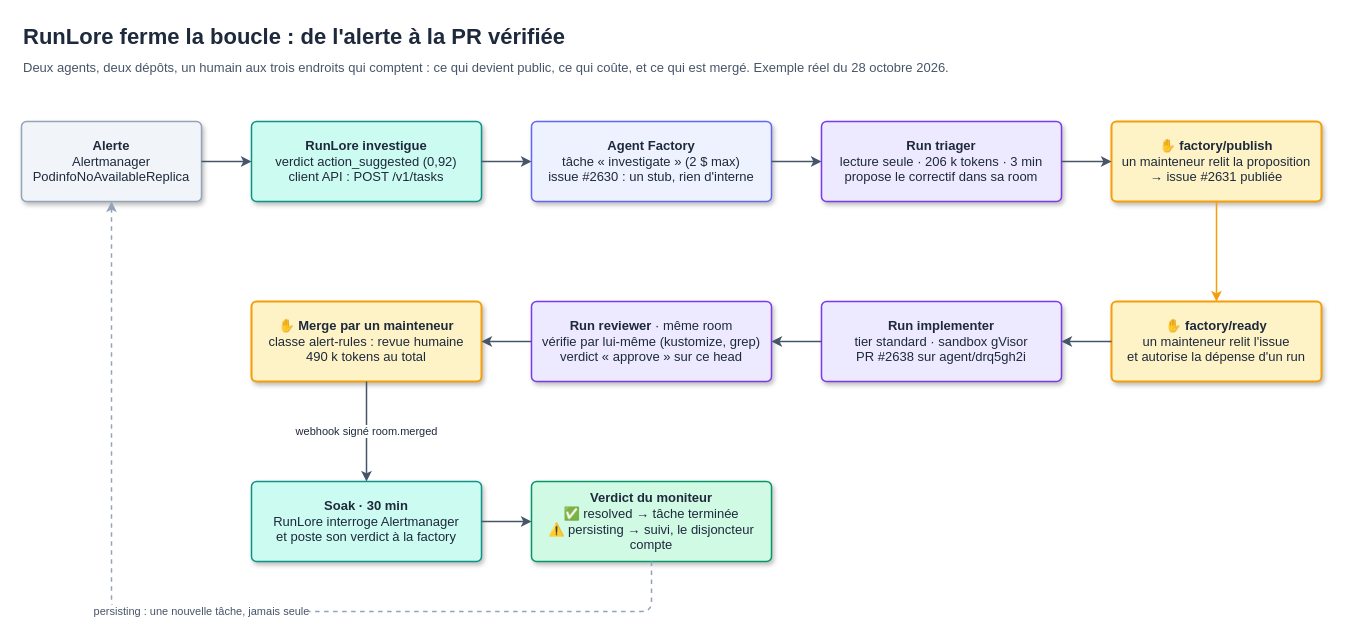
Earlier version of the draw.io diagram content/fr/post/series/agentic_ai/cloud-native-agent-factory/runlore-loop.drawio (Smana/smana.github.io). Source tidied: cells renumbered, new cells numbered last; positions are measured from the earlier drawing's top-left corner, leaving out a move shared by most shapes. Both pictures are drawn from the tidied source at 100%, with x=0, y=0 at pixel (21, 17).
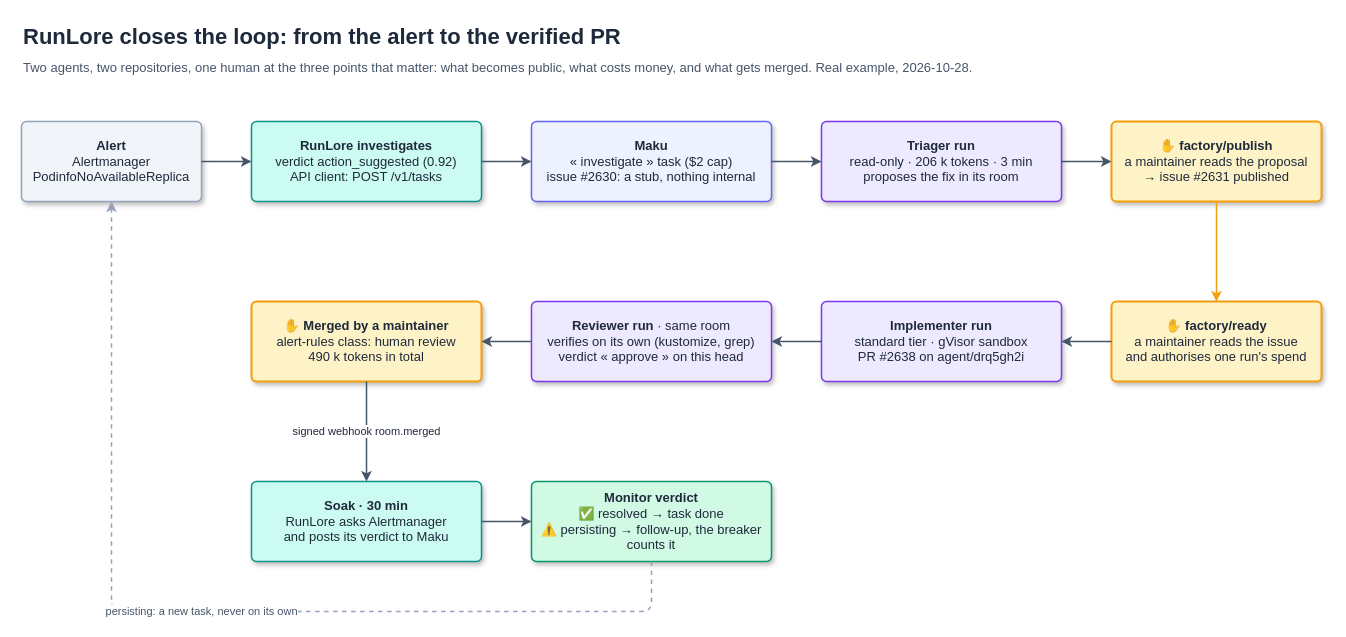
The same page after the edit.

Commit message (it also covers changes not shown here):
docs(fr): Maku is the product name; diagrams back to English

Diff of the diagram source:
```diff
@@
-    <mxCell id="2" value="RunLore ferme la boucle : de l'alerte à la PR vérifiée" style="text;html=1;fontFamily=Helvetica;align=left;verticalAlign=top;whiteSpace=wrap;fontSize=22;fontColor=#1E293B;fontStyle=1;" parent="1" vertex="1">
+    <mxCell id="2" value="RunLore closes the loop: from the alert to the verified PR" style="text;html=1;fontFamily=Helvetica;align=left;verticalAlign=top;whiteSpace=wrap;fontSize=22;fontColor=#1E293B;fontStyle=1;" parent="1" vertex="1">
       <mxGeometry width="900" height="32" as="geometry" />
     </mxCell>
-    <mxCell id="3" value="Deux agents, deux dépôts, un humain aux trois endroits qui comptent : ce qui devient public, ce qui coûte, et ce qui est mergé. Exemple réel du 28 octobre 2026." style="text;html=1;fontFamily=Helvetica;align=left;verticalAlign=top;whiteSpace=wrap;fontSize=13;fontColor=#475569;" parent="1" vertex="1">
+    <mxCell id="3" value="Two agents, two repositories, one human at the three points that matter: what becomes public, what costs money, and what gets merged. Real example, 2026-10-28." style="text;html=1;fontFamily=Helvetica;align=left;verticalAlign=top;whiteSpace=wrap;fontSize=13;fontColor=#475569;" parent="1" vertex="1">
       <mxGeometry y="36" width="1200" height="22" as="geometry" />
     </mxCell>
-    <mxCell id="4" value="&lt;b&gt;Alerte&lt;/b&gt;&lt;br&gt;Alertmanager&lt;br&gt;PodinfoNoAvailableReplica" style="rounded=1;absoluteArcSize=1;arcSize=10;whiteSpace=wrap;html=1;strokeWidth=1.5;fontFamily=Helvetica;fontSize=13;shadow=1;fillColor=#F1F5F9;strokeColor=#94A3B8;fontColor=#1E293B;" parent="1" vertex="1">
+    <mxCell id="4" value="&lt;b&gt;Alert&lt;/b&gt;&lt;br&gt;Alertmanager&lt;br&gt;PodinfoNoAvailableReplica" style="rounded=1;absoluteArcSize=1;arcSize=10;whiteSpace=wrap;html=1;strokeWidth=1.5;fontFamily=Helvetica;fontSize=13;shadow=1;fillColor=#F1F5F9;strokeColor=#94A3B8;fontColor=#1E293B;" parent="1" vertex="1">
       <mxGeometry y="104" width="180" height="80" as="geometry" />
     </mxCell>
-    <mxCell id="5" value="&lt;b&gt;RunLore investigue&lt;/b&gt;&lt;br&gt;verdict action_suggested (0,92)&lt;br&gt;client API : POST /v1/tasks" style="rounded=1;absoluteArcSize=1;arcSize=10;whiteSpace=wrap;html=1;strokeWidth=1.5;fontFamily=Helvetica;fontSize=13;shadow=1;fillColor=#CCFBF1;strokeColor=#0D9488;fontColor=#1E293B;" parent="1" vertex="1">
+    <mxCell id="5" value="&lt;b&gt;RunLore investigates&lt;/b&gt;&lt;br&gt;verdict action_suggested (0.92)&lt;br&gt;API client: POST /v1/tasks" style="rounded=1;absoluteArcSize=1;arcSize=10;whiteSpace=wrap;html=1;strokeWidth=1.5;fontFamily=Helvetica;fontSize=13;shadow=1;fillColor=#CCFBF1;strokeColor=#0D9488;fontColor=#1E293B;" parent="1" vertex="1">
       <mxGeometry x="230" y="104" width="230" height="80" as="geometry" />
     </mxCell>
-    <mxCell id="6" value="&lt;b&gt;Agent Factory&lt;/b&gt;&lt;br&gt;tâche « investigate » (2 $ max)&lt;br&gt;issue #2630 : un stub, rien d'interne" style="rounded=1;absoluteArcSize=1;arcSize=10;whiteSpace=wrap;html=1;strokeWidth=1.5;fontFamily=Helvetica;fontSize=13;shadow=1;fillColor=#EEF2FF;strokeColor=#6366F1;fontColor=#1E293B;" parent="1" vertex="1">
+    <mxCell id="6" value="&lt;b&gt;Maku&lt;/b&gt;&lt;br&gt;« investigate » task ($2 cap)&lt;br&gt;issue #2630: a stub, nothing internal" style="rounded=1;absoluteArcSize=1;arcSize=10;whiteSpace=wrap;html=1;strokeWidth=1.5;fontFamily=Helvetica;fontSize=13;shadow=1;fillColor=#EEF2FF;strokeColor=#6366F1;fontColor=#1E293B;" parent="1" vertex="1">
       <mxGeometry x="510" y="104" width="240" height="80" as="geometry" />
     </mxCell>
-    <mxCell id="7" value="&lt;b&gt;Run triager&lt;/b&gt;&lt;br&gt;lecture seule · 206 k tokens · 3 min&lt;br&gt;propose le correctif dans sa room" style="rounded=1;absoluteArcSize=1;arcSize=10;whiteSpace=wrap;html=1;strokeWidth=1.5;fontFamily=Helvetica;fontSize=13;shadow=1;fillColor=#EDE9FE;strokeColor=#7C3AED;fontColor=#1E293B;" parent="1" vertex="1">
+    <mxCell id="7" value="&lt;b&gt;Triager run&lt;/b&gt;&lt;br&gt;read-only · 206 k tokens · 3 min&lt;br&gt;proposes the fix in its room" style="rounded=1;absoluteArcSize=1;arcSize=10;whiteSpace=wrap;html=1;strokeWidth=1.5;fontFamily=Helvetica;fontSize=13;shadow=1;fillColor=#EDE9FE;strokeColor=#7C3AED;fontColor=#1E293B;" parent="1" vertex="1">
       <mxGeometry x="800" y="104" width="240" height="80" as="geometry" />
     </mxCell>
-    <mxCell id="8" value="&lt;b&gt;✋ factory/publish&lt;/b&gt;&lt;br&gt;un mainteneur relit la proposition&lt;br&gt;→ issue #2631 publiée" style="rounded=1;absoluteArcSize=1;arcSize=10;whiteSpace=wrap;html=1;strokeWidth=2;fontFamily=Helvetica;fontSize=13;shadow=1;fillColor=#FEF3C7;strokeColor=#F59E0B;fontColor=#1E293B;" parent="1" vertex="1">
+    <mxCell id="8" value="&lt;b&gt;✋ factory/publish&lt;/b&gt;&lt;br&gt;a maintainer reads the proposal&lt;br&gt;→ issue #2631 published" style="rounded=1;absoluteArcSize=1;arcSize=10;whiteSpace=wrap;html=1;strokeWidth=2;fontFamily=Helvetica;fontSize=13;shadow=1;fillColor=#FEF3C7;strokeColor=#F59E0B;fontColor=#1E293B;" parent="1" vertex="1">
       <mxGeometry x="1090" y="104" width="210" height="80" as="geometry" />
     </mxCell>
-    <mxCell id="9" value="&lt;b&gt;✋ factory/ready&lt;/b&gt;&lt;br&gt;un mainteneur relit l'issue&lt;br&gt;et autorise la dépense d'un run" style="rounded=1;absoluteArcSize=1;arcSize=10;whiteSpace=wrap;html=1;strokeWidth=2;fontFamily=Helvetica;fontSize=13;shadow=1;fillColor=#FEF3C7;strokeColor=#F59E0B;fontColor=#1E293B;" parent="1" vertex="1">
+    <mxCell id="9" value="&lt;b&gt;✋ factory/ready&lt;/b&gt;&lt;br&gt;a maintainer reads the issue&lt;br&gt;and authorises one run's spend" style="rounded=1;absoluteArcSize=1;arcSize=10;whiteSpace=wrap;html=1;strokeWidth=2;fontFamily=Helvetica;fontSize=13;shadow=1;fillColor=#FEF3C7;strokeColor=#F59E0B;fontColor=#1E293B;" parent="1" vertex="1">
       <mxGeometry x="1090" y="284" width="210" height="80" as="geometry" />
     </mxCell>
-    <mxCell id="10" value="&lt;b&gt;Run implementer&lt;/b&gt;&lt;br&gt;tier standard · sandbox gVisor&lt;br&gt;PR #2638 sur agent/drq5gh2i" style="rounded=1;absoluteArcSize=1;arcSize=10;whiteSpace=wrap;html=1;strokeWidth=1.5;fontFamily=Helvetica;fontSize=13;shadow=1;fillColor=#EDE9FE;strokeColor=#7C3AED;fontColor=#1E293B;" parent="1" vertex="1">
+    <mxCell id="10" value="&lt;b&gt;Implementer run&lt;/b&gt;&lt;br&gt;standard tier · gVisor sandbox&lt;br&gt;PR #2638 on agent/drq5gh2i" style="rounded=1;absoluteArcSize=1;arcSize=10;whiteSpace=wrap;html=1;strokeWidth=1.5;fontFamily=Helvetica;fontSize=13;shadow=1;fillColor=#EDE9FE;strokeColor=#7C3AED;fontColor=#1E293B;" parent="1" vertex="1">
       <mxGeometry x="800" y="284" width="240" height="80" as="geometry" />
     </mxCell>
-    <mxCell id="11" value="&lt;b&gt;Run reviewer&lt;/b&gt; · même room&lt;br&gt;vérifie par lui-même (kustomize, grep)&lt;br&gt;verdict « approve » sur ce head" style="rounded=1;absoluteArcSize=1;arcSize=10;whiteSpace=wrap;html=1;strokeWidth=1.5;fontFamily=Helvetica;fontSize=13;shadow=1;fillColor=#EDE9FE;strokeColor=#7C3AED;fontColor=#1E293B;" parent="1" vertex="1">
+    <mxCell id="11" value="&lt;b&gt;Reviewer run&lt;/b&gt; · same room&lt;br&gt;verifies on its own (kustomize, grep)&lt;br&gt;verdict « approve » on this head" style="rounded=1;absoluteArcSize=1;arcSize=10;whiteSpace=wrap;html=1;strokeWidth=1.5;fontFamily=Helvetica;fontSize=13;shadow=1;fillColor=#EDE9FE;strokeColor=#7C3AED;fontColor=#1E293B;" parent="1" vertex="1">
       <mxGeometry x="510" y="284" width="240" height="80" as="geometry" />
     </mxCell>
-    <mxCell id="12" value="&lt;b&gt;✋ Merge par un mainteneur&lt;/b&gt;&lt;br&gt;classe alert-rules : revue humaine&lt;br&gt;490 k tokens au total" style="rounded=1;absoluteArcSize=1;arcSize=10;whiteSpace=wrap;html=1;strokeWidth=2;fontFamily=Helvetica;fontSize=13;shadow=1;fillColor=#FEF3C7;strokeColor=#F59E0B;fontColor=#1E293B;" parent="1" vertex="1">
+    <mxCell id="12" value="&lt;b&gt;✋ Merged by a maintainer&lt;/b&gt;&lt;br&gt;alert-rules class: human review&lt;br&gt;490 k tokens in total" style="rounded=1;absoluteArcSize=1;arcSize=10;whiteSpace=wrap;html=1;strokeWidth=2;fontFamily=Helvetica;fontSize=13;shadow=1;fillColor=#FEF3C7;strokeColor=#F59E0B;fontColor=#1E293B;" parent="1" vertex="1">
       <mxGeometry x="230" y="284" width="230" height="80" as="geometry" />
     </mxCell>
-    <mxCell id="13" value="&lt;b&gt;Soak · 30 min&lt;/b&gt;&lt;br&gt;RunLore interroge Alertmanager&lt;br&gt;et poste son verdict à la factory" style="rounded=1;absoluteArcSize=1;arcSize=10;whiteSpace=wrap;html=1;strokeWidth=1.5;fontFamily=Helvetica;fontSize=13;shadow=1;fillColor=#CCFBF1;strokeColor=#0D9488;fontColor=#1E293B;" parent="1" vertex="1">
+    <mxCell id="13" value="&lt;b&gt;Soak · 30 min&lt;/b&gt;&lt;br&gt;RunLore asks Alertmanager&lt;br&gt;and posts its verdict to Maku" style="rounded=1;absoluteArcSize=1;arcSize=10;whiteSpace=wrap;html=1;strokeWidth=1.5;fontFamily=Helvetica;fontSize=13;shadow=1;fillColor=#CCFBF1;strokeColor=#0D9488;fontColor=#1E293B;" parent="1" vertex="1">
       <mxGeometry x="230" y="464" width="230" height="80" as="geometry" />
     </mxCell>
-    <mxCell id="14" value="&lt;b&gt;Verdict du moniteur&lt;/b&gt;&lt;br&gt;✅ resolved → tâche terminée&lt;br&gt;⚠️ persisting → suivi, le disjoncteur compte" style="rounded=1;absoluteArcSize=1;arcSize=10;whiteSpace=wrap;html=1;strokeWidth=1.5;fontFamily=Helvetica;fontSize=13;shadow=1;fillColor=#D1FAE5;strokeColor=#059669;fontColor=#1E293B;" parent="1" vertex="1">
+    <mxCell id="14" value="&lt;b&gt;Monitor verdict&lt;/b&gt;&lt;br&gt;✅ resolved → task done&lt;br&gt;⚠️ persisting → follow-up, the breaker counts it" style="rounded=1;absoluteArcSize=1;arcSize=10;whiteSpace=wrap;html=1;strokeWidth=1.5;fontFamily=Helvetica;fontSize=13;shadow=1;fillColor=#D1FAE5;strokeColor=#059669;fontColor=#1E293B;" parent="1" vertex="1">
       <mxGeometry x="510" y="464" width="240" height="80" as="geometry" />
     </mxCell>
@@
-    <mxCell id="23" value="webhook signé room.merged" style="edgeStyle=orthogonalEdgeStyle;rounded=1;jettySize=auto;html=1;strokeWidth=1.5;endArrow=classic;endFill=1;fontFamily=Helvetica;fontSize=11;fontColor=#1E293B;labelBackgroundColor=#ffffff;strokeColor=#475569;exitX=0.5;exitY=1;exitDx=0;exitDy=0;entryX=0.5;entryY=0;entryDx=0;entryDy=0;" parent="1" edge="1" source="12" target="13">
+    <mxCell id="23" value="signed webhook room.merged" style="edgeStyle=orthogonalEdgeStyle;rounded=1;jettySize=auto;html=1;strokeWidth=1.5;endArrow=classic;endFill=1;fontFamily=Helvetica;fontSize=11;fontColor=#1E293B;labelBackgroundColor=#ffffff;strokeColor=#475569;exitX=0.5;exitY=1;exitDx=0;exitDy=0;entryX=0.5;entryY=0;entryDx=0;entryDy=0;" parent="1" edge="1" source="12" target="13">
       <mxGeometry relative="1" as="geometry" />
     </mxCell>
@@
-    <mxCell id="25" value="persisting : une nouvelle tâche, jamais seule" style="edgeStyle=orthogonalEdgeStyle;rounded=1;jettySize=auto;html=1;strokeWidth=1.5;endArrow=classic;endFill=1;dashed=1;fontFamily=Helvetica;fontSize=11;fontColor=#475569;labelBackgroundColor=#ffffff;strokeColor=#94A3B8;exitX=0.5;exitY=1;exitDx=0;exitDy=0;entryX=0.5;entryY=1;entryDx=0;entryDy=0;" parent="1" edge="1" source="14" target="4">
+    <mxCell id="25" value="persisting: a new task, never on its own" style="edgeStyle=orthogonalEdgeStyle;rounded=1;jettySize=auto;html=1;strokeWidth=1.5;endArrow=classic;endFill=1;dashed=1;fontFamily=Helvetica;fontSize=11;fontColor=#475569;labelBackgroundColor=#ffffff;strokeColor=#94A3B8;exitX=0.5;exitY=1;exitDx=0;exitDy=0;entryX=0.5;entryY=1;entryDx=0;entryDy=0;" parent="1" edge="1" source="14" target="4">
       <mxGeometry relative="1" as="geometry">
         <Array as="points">
           <mxPoint x="630" y="594" />
           <mxPoint x="90" y="594" />
         </Array>
       </mxGeometry>
     </mxCell>
```
